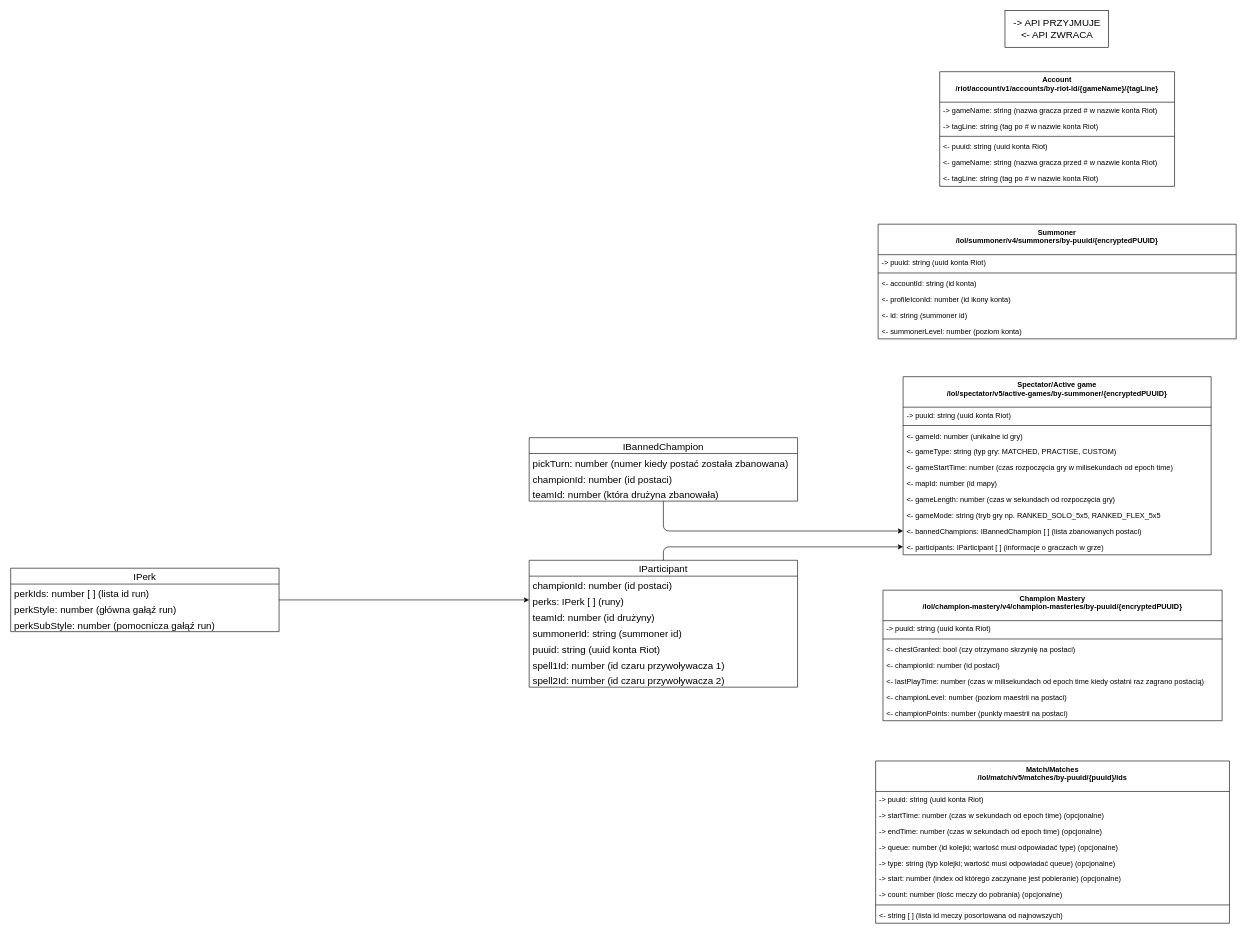
This is diagrams/riot_api.drawio from JakubTuta/LeagueRats, a draw.io file, before an edit. Source tidied: cells renumbered, new cells numbered last; positions are measured from the earlier drawing's top-left corner, leaving out a move shared by most shapes. Both pictures are drawn from the tidied source at 61%, with x=0, y=0 at pixel (10, 10).
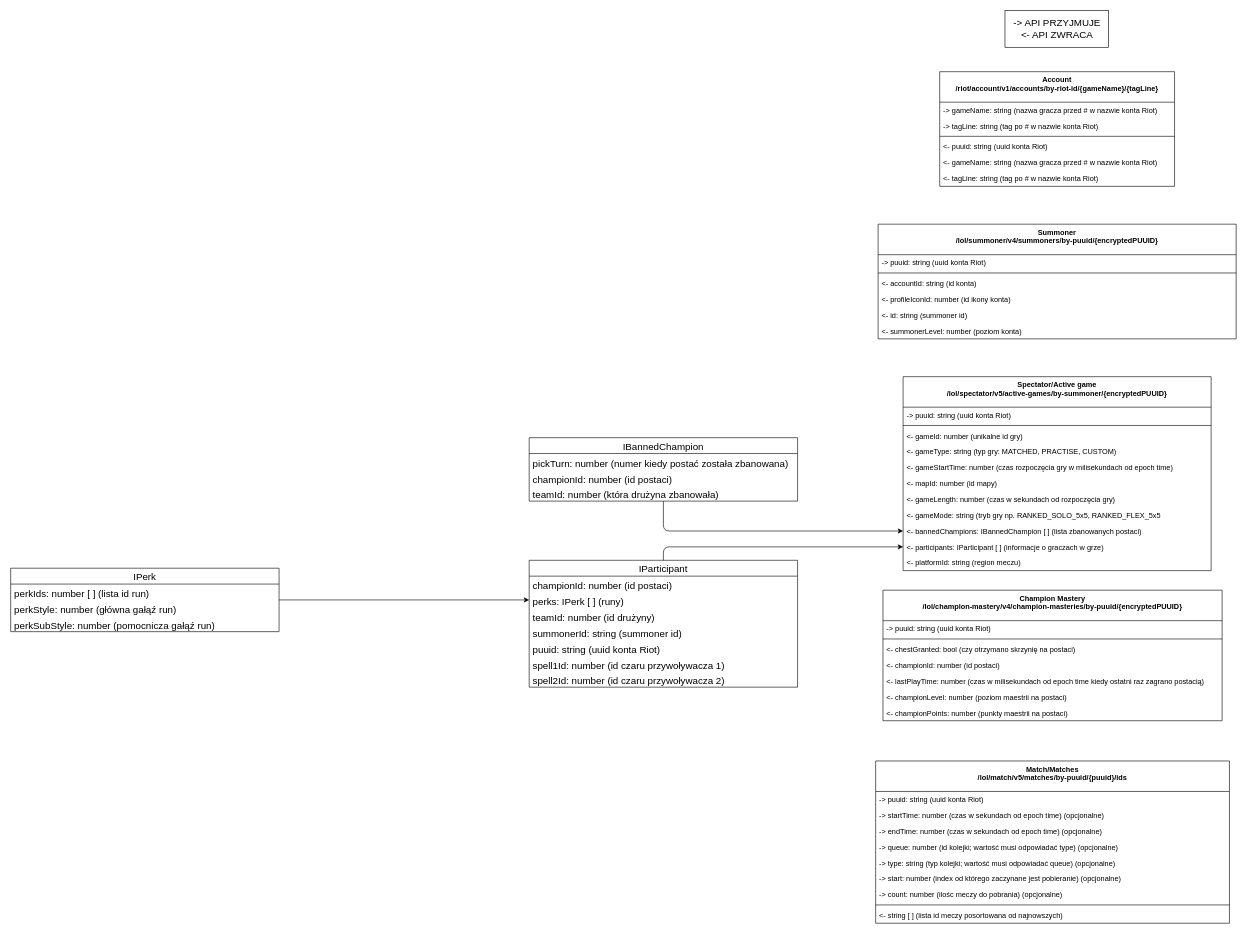
Above is the later version.

Diff of the diagram source:
```diff
@@
     <mxCell id="17" value="Spectator/Active game&#10;/lol/spectator/v5/active-games/by-summoner/{encryptedPUUID}" style="swimlane;fontStyle=1;align=center;verticalAlign=top;horizontal=1;startSize=50;" parent="1" vertex="1">
-      <mxGeometry x="1463" y="600" width="505" height="292" as="geometry" />
+      <mxGeometry x="1463" y="600" width="505" height="318" as="geometry" />
     </mxCell>
@@
+    <mxCell id="65" value="&lt;- platformId: string (region meczu)" style="text;strokeColor=none;fillColor=none;align=left;verticalAlign=top;spacingLeft=4;spacingRight=4;overflow=hidden;" parent="17" vertex="1">
+      <mxGeometry y="292" width="505" height="26" as="geometry" />
+    </mxCell>
```
